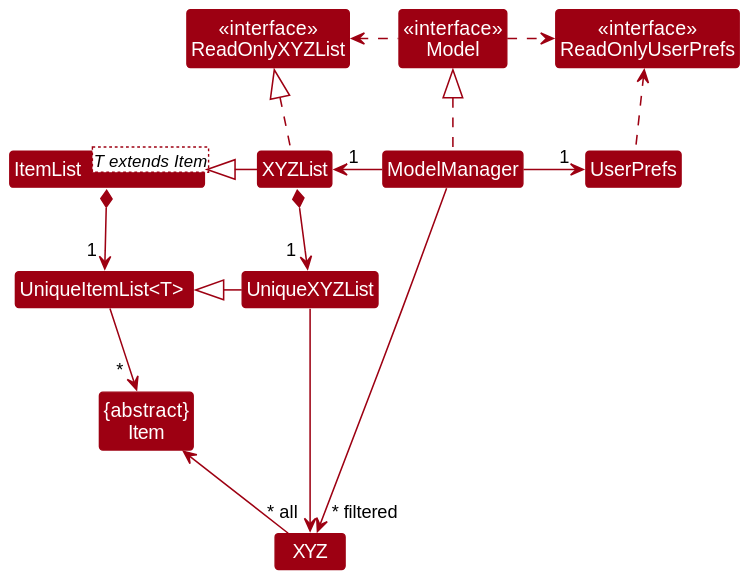
nus-cs2103-AY2223S2/tp keeps this PlantUML diagram as docs/images/ModelClassDiagram.svg. Above is the earlier version.
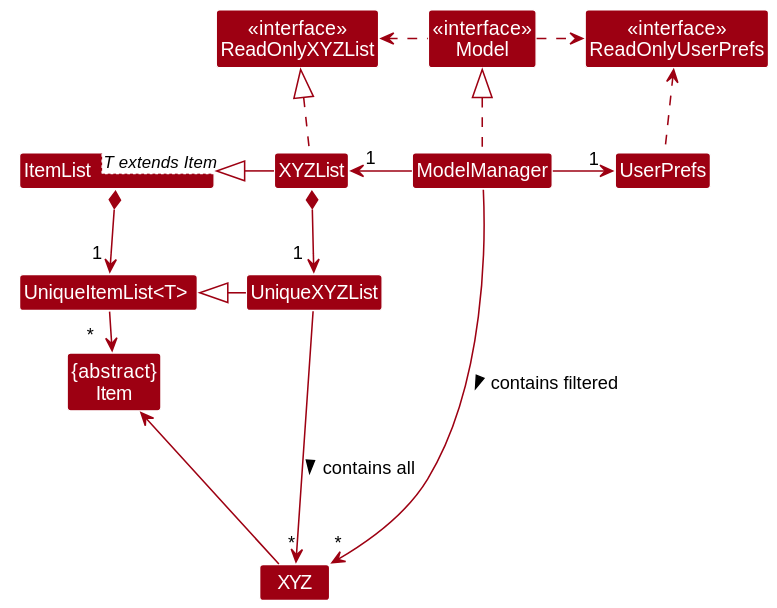
The same file after the commit.

Commit message:
Update clarity of label and multiplicity

The edit, as a diff of the source:
```diff
@@ -28,9 +28,9 @@
 
 XYZList ..u|> ReadOnlyXYZList
 XYZList *--d> "         1" UniqueXYZList
-UniqueXYZList --> "~* all " XYZ
+UniqueXYZList --> "*" XYZ : contains all >
 
-ModelManager ---->"~* filtered" XYZ
+ModelManager ----> "*" XYZ : contains filtered >
 
 ItemList *-d> "1 " UniqueItemList
 UniqueItemList -d> "              *" Item
```
